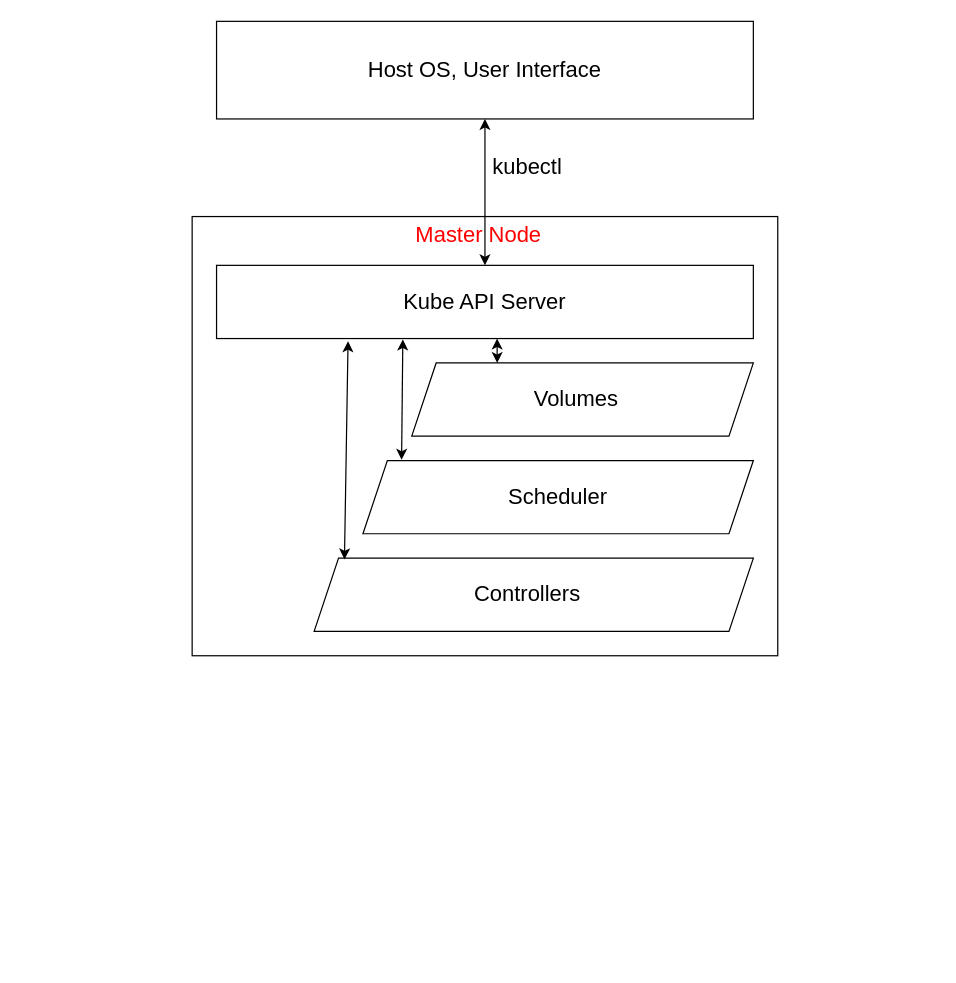
Before: 3.11/k8s-for-3.11.drawio in leprecon73/devopswithdocker, a draw.io diagram. Source tidied: cells renumbered, new cells numbered last; positions are measured from the earlier drawing's top-left corner, leaving out a move shared by most shapes. Both pictures are drawn from the tidied source at 122%, with x=0, y=0 at pixel (21, 21).
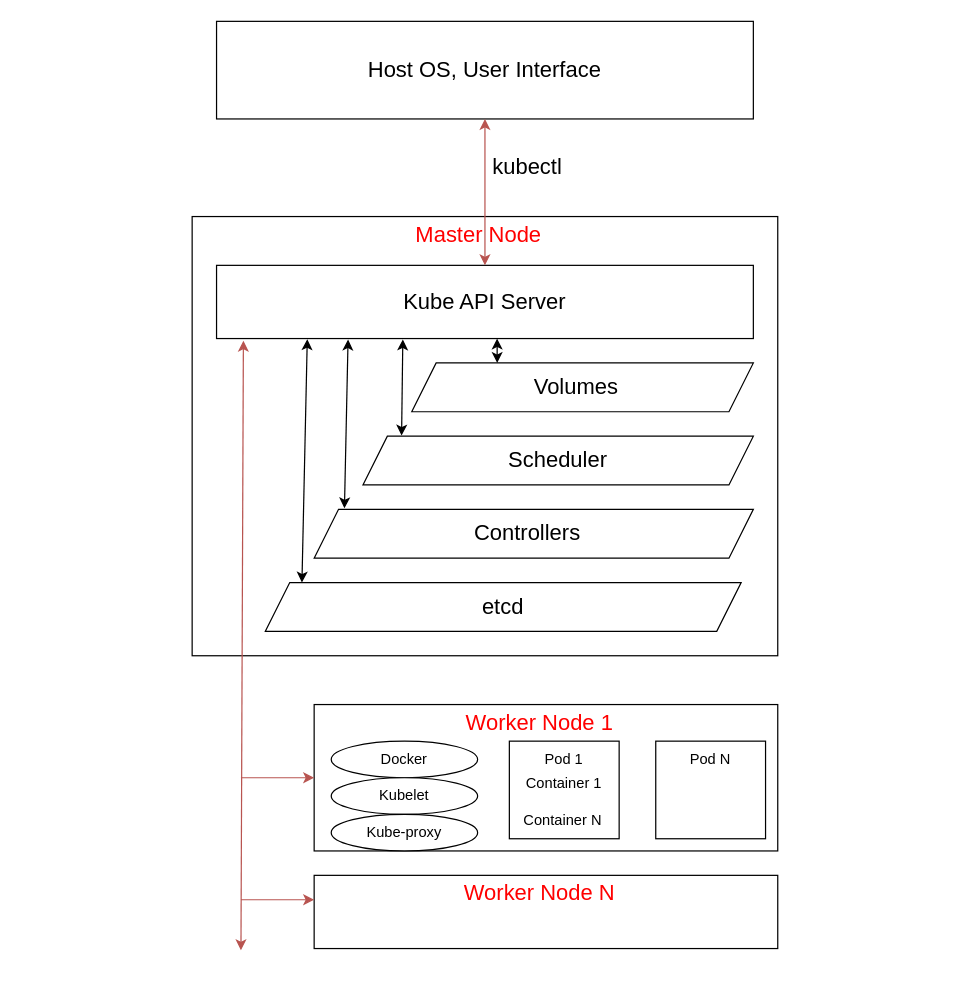
Above is the later version.

Unchanged cells that the change refers to:
```xml
<mxCell id="3" value="&lt;font style=&quot;font-size: 18px;&quot;&gt;Host OS, User Interface&lt;/font&gt;" style="text;html=1;strokeColor=none;fillColor=none;align=center;verticalAlign=middle;whiteSpace=wrap;rounded=0;" parent="1" vertex="1">
  <mxGeometry x="160" width="440" height="80" as="geometry" />
</mxCell>
<mxCell id="7" style="rounded=0;whiteSpace=wrap;html=1;" parent="1" vertex="1">
  <mxGeometry x="160" y="200" width="440" height="60" as="geometry" />
</mxCell>
```

The edit, as a diff of the source:
```diff
@@
-    <mxCell id="9" style="endArrow=classic;startArrow=classic;html=1;rounded=0;exitX=0.5;exitY=1;exitDx=0;exitDy=0;" parent="1" edge="1" source="3" target="7">
+    <mxCell id="9" style="endArrow=classic;startArrow=classic;html=1;rounded=0;exitX=0.5;exitY=1;exitDx=0;exitDy=0;fillColor=#f8cecc;strokeColor=#b85450;" parent="1" edge="1" source="3" target="7">
       <mxGeometry relative="1" as="geometry" />
     </mxCell>
     <mxCell id="10" style="shape=parallelogram;perimeter=parallelogramPerimeter;whiteSpace=wrap;html=1;fixedSize=1;" parent="1" vertex="1">
-      <mxGeometry x="320" y="280" width="280" height="60" as="geometry" />
+      <mxGeometry x="320" y="280" width="280" height="40" as="geometry" />
     </mxCell>
     <mxCell id="11" style="shape=parallelogram;perimeter=parallelogramPerimeter;whiteSpace=wrap;html=1;fixedSize=1;" parent="1" vertex="1">
-      <mxGeometry x="280" y="360" width="320" height="60" as="geometry" />
+      <mxGeometry x="280" y="340" width="320" height="40" as="geometry" />
     </mxCell>
     <mxCell id="12" style="shape=parallelogram;perimeter=parallelogramPerimeter;whiteSpace=wrap;html=1;fixedSize=1;" parent="1" vertex="1">
-      <mxGeometry x="240" y="440" width="360" height="60" as="geometry" />
+      <mxGeometry x="240" y="400" width="360" height="40" as="geometry" />
     </mxCell>
     <mxCell id="13" value="&lt;font style=&quot;font-size: 18px;&quot;&gt;Volumes&lt;/font&gt;" style="text;html=1;strokeColor=none;fillColor=none;align=center;verticalAlign=middle;whiteSpace=wrap;rounded=0;" parent="1" vertex="1">
-      <mxGeometry x="330" y="295" width="250" height="30" as="geometry" />
+      <mxGeometry x="330" y="285" width="250" height="30" as="geometry" />
     </mxCell>
     <mxCell id="14" value="&lt;font style=&quot;font-size: 18px;&quot;&gt;Scheduler&lt;/font&gt;" style="text;html=1;strokeColor=none;fillColor=none;align=center;verticalAlign=middle;whiteSpace=wrap;rounded=0;" parent="1" vertex="1">
-      <mxGeometry x="300" y="375" width="280" height="30" as="geometry" />
+      <mxGeometry x="300" y="345" width="280" height="30" as="geometry" />
     </mxCell>
     <mxCell id="15" value="&lt;font style=&quot;font-size: 18px;&quot;&gt;Controllers&lt;/font&gt;" style="text;html=1;strokeColor=none;fillColor=none;align=center;verticalAlign=middle;whiteSpace=wrap;rounded=0;" parent="1" vertex="1">
-      <mxGeometry x="250" y="455" width="330" height="30" as="geometry" />
+      <mxGeometry x="250" y="405" width="330" height="30" as="geometry" />
     </mxCell>
@@
-    <mxCell id="18" style="endArrow=classic;startArrow=classic;html=1;rounded=0;entryX=0.069;entryY=0.017;entryDx=0;entryDy=0;entryPerimeter=0;exitX=0.245;exitY=1.037;exitDx=0;exitDy=0;exitPerimeter=0;" parent="1" edge="1" source="7" target="12">
+    <mxCell id="18" style="endArrow=classic;startArrow=classic;html=1;rounded=0;entryX=0.069;entryY=-0.022;entryDx=0;entryDy=0;entryPerimeter=0;exitX=0.245;exitY=1.013;exitDx=0;exitDy=0;exitPerimeter=0;" parent="1" edge="1" source="7" target="12">
       <mxGeometry relative="1" as="geometry" />
     </mxCell>
+    <mxCell id="19" style="shape=parallelogram;perimeter=parallelogramPerimeter;whiteSpace=wrap;html=1;fixedSize=1;" parent="1" vertex="1">
+      <mxGeometry x="200" y="460" width="390" height="40" as="geometry" />
+    </mxCell>
+    <mxCell id="20" value="&lt;font style=&quot;font-size: 18px;&quot;&gt;etcd&lt;/font&gt;" style="text;html=1;strokeColor=none;fillColor=none;align=center;verticalAlign=middle;whiteSpace=wrap;rounded=0;" parent="1" vertex="1">
+      <mxGeometry x="230" y="465" width="330" height="30" as="geometry" />
+    </mxCell>
+    <mxCell id="21" style="endArrow=classic;startArrow=classic;html=1;rounded=0;entryX=0.069;entryY=-0.022;entryDx=0;entryDy=0;entryPerimeter=0;exitX=0.169;exitY=1.009;exitDx=0;exitDy=0;exitPerimeter=0;" parent="1" edge="1" source="7">
+      <mxGeometry relative="1" as="geometry">
+        <mxPoint x="230" y="460" as="targetPoint" />
+      </mxGeometry>
+    </mxCell>
+    <mxCell id="22" style="endArrow=classic;startArrow=classic;html=1;rounded=0;entryX=0.05;entryY=1.029;entryDx=0;entryDy=0;entryPerimeter=0;fillColor=#f8cecc;strokeColor=#b85450;" parent="1" edge="1" target="7">
+      <mxGeometry relative="1" as="geometry">
+        <mxPoint x="180" y="761.4" as="sourcePoint" />
+      </mxGeometry>
+    </mxCell>
+    <mxCell id="23" style="rounded=0;whiteSpace=wrap;html=1;" parent="1" vertex="1">
+      <mxGeometry x="240" y="560" width="380" height="120" as="geometry" />
+    </mxCell>
+    <mxCell id="24" style="endArrow=classic;html=1;rounded=0;entryX=0;entryY=0.5;entryDx=0;entryDy=0;fillColor=#f8cecc;strokeColor=#b85450;" parent="1" edge="1" target="23">
+      <mxGeometry relative="1" as="geometry">
+        <mxPoint x="180" y="620" as="sourcePoint" />
+      </mxGeometry>
+    </mxCell>
+    <mxCell id="25" value="&lt;font style=&quot;font-size: 18px;&quot; color=&quot;#ff0000&quot;&gt;Worker Node 1&lt;/font&gt;" style="text;html=1;strokeColor=none;fillColor=none;align=center;verticalAlign=middle;whiteSpace=wrap;rounded=0;" parent="1" vertex="1">
+      <mxGeometry x="240" y="560" width="370" height="30" as="geometry" />
+    </mxCell>
+    <mxCell id="26" style="rounded=0;whiteSpace=wrap;html=1;" parent="1" vertex="1">
+      <mxGeometry x="400" y="590" width="90" height="80" as="geometry" />
+    </mxCell>
+    <mxCell id="27" value="Pod 1" style="text;html=1;strokeColor=none;fillColor=none;align=center;verticalAlign=middle;whiteSpace=wrap;rounded=0;" parent="1" vertex="1">
+      <mxGeometry x="400" y="590" width="90" height="30" as="geometry" />
+    </mxCell>
+    <mxCell id="28" style="rounded=0;whiteSpace=wrap;html=1;" parent="1" vertex="1">
+      <mxGeometry x="520" y="590" width="90" height="80" as="geometry" />
+    </mxCell>
+    <mxCell id="29" value="Pod N" style="text;html=1;strokeColor=none;fillColor=none;align=center;verticalAlign=middle;whiteSpace=wrap;rounded=0;" parent="1" vertex="1">
+      <mxGeometry x="520" y="590" width="90" height="30" as="geometry" />
+    </mxCell>
+    <mxCell id="30" value="Container 1" style="text;html=1;strokeColor=none;fillColor=none;align=center;verticalAlign=middle;whiteSpace=wrap;rounded=0;" parent="1" vertex="1">
+      <mxGeometry x="400" y="610" width="90" height="30" as="geometry" />
+    </mxCell>
+    <mxCell id="31" value="Container N" style="text;html=1;strokeColor=none;fillColor=none;align=center;verticalAlign=middle;whiteSpace=wrap;rounded=0;" parent="1" vertex="1">
+      <mxGeometry x="399" y="640" width="90" height="30" as="geometry" />
+    </mxCell>
+    <mxCell id="32" style="ellipse;whiteSpace=wrap;html=1;" parent="1" vertex="1">
+      <mxGeometry x="254" y="590" width="120" height="30" as="geometry" />
+    </mxCell>
+    <mxCell id="33" value="Docker" style="text;html=1;strokeColor=none;fillColor=none;align=center;verticalAlign=middle;whiteSpace=wrap;rounded=0;" parent="1" vertex="1">
+      <mxGeometry x="254" y="590" width="120" height="30" as="geometry" />
+    </mxCell>
+    <mxCell id="34" style="ellipse;whiteSpace=wrap;html=1;" parent="1" vertex="1">
+      <mxGeometry x="254" y="620" width="120" height="30" as="geometry" />
+    </mxCell>
+    <mxCell id="35" value="Kubelet" style="text;html=1;strokeColor=none;fillColor=none;align=center;verticalAlign=middle;whiteSpace=wrap;rounded=0;" parent="1" vertex="1">
+      <mxGeometry x="254" y="620" width="120" height="30" as="geometry" />
+    </mxCell>
+    <mxCell id="36" style="ellipse;whiteSpace=wrap;html=1;" parent="1" vertex="1">
+      <mxGeometry x="254" y="650" width="120" height="30" as="geometry" />
+    </mxCell>
+    <mxCell id="37" value="Kube-proxy" style="text;html=1;strokeColor=none;fillColor=none;align=center;verticalAlign=middle;whiteSpace=wrap;rounded=0;" parent="1" vertex="1">
+      <mxGeometry x="254" y="650" width="120" height="30" as="geometry" />
+    </mxCell>
+    <mxCell id="38" style="rounded=0;whiteSpace=wrap;html=1;" parent="1" vertex="1">
+      <mxGeometry x="240" y="700" width="380" height="60" as="geometry" />
+    </mxCell>
+    <mxCell id="39" value="&lt;font style=&quot;font-size: 18px;&quot; color=&quot;#ff0000&quot;&gt;Worker Node N&lt;/font&gt;" style="text;html=1;strokeColor=none;fillColor=none;align=center;verticalAlign=middle;whiteSpace=wrap;rounded=0;" parent="1" vertex="1">
+      <mxGeometry x="240" y="700" width="370" height="30" as="geometry" />
+    </mxCell>
+    <mxCell id="40" style="endArrow=classic;html=1;rounded=0;entryX=0;entryY=0.5;entryDx=0;entryDy=0;fillColor=#f8cecc;strokeColor=#b85450;" parent="1" edge="1">
+      <mxGeometry relative="1" as="geometry">
+        <mxPoint x="180" y="720" as="sourcePoint" />
+        <mxPoint x="240" y="720" as="targetPoint" />
+      </mxGeometry>
+    </mxCell>
```
